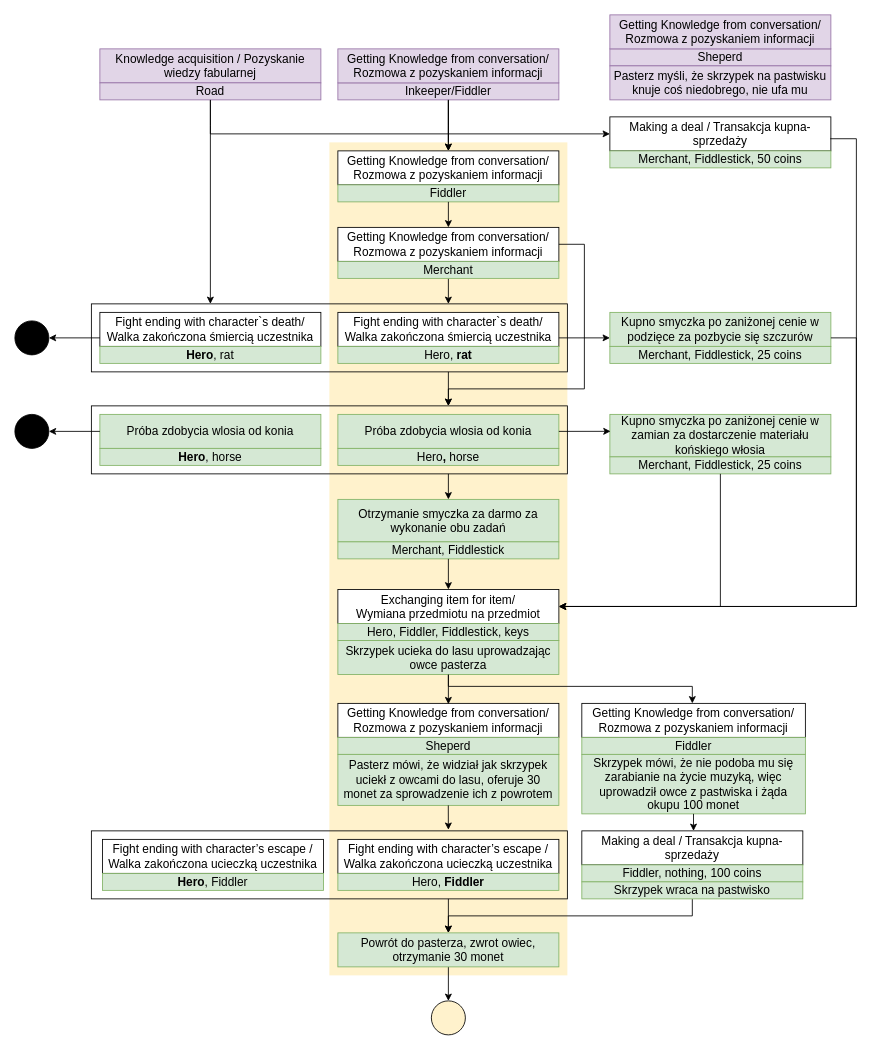
The draw.io diagram page "Page-3" (3 of 4) of Legenda diagramu projektowego misji(2).drawio in apusteln/Drawings, before the edit. Source tidied: cells renumbered, new cells numbered last; positions are measured from the earlier drawing's top-left corner, leaving out a move shared by most shapes. Both pictures are drawn from the tidied source at 85%, with x=0, y=0 at pixel (14, 14).
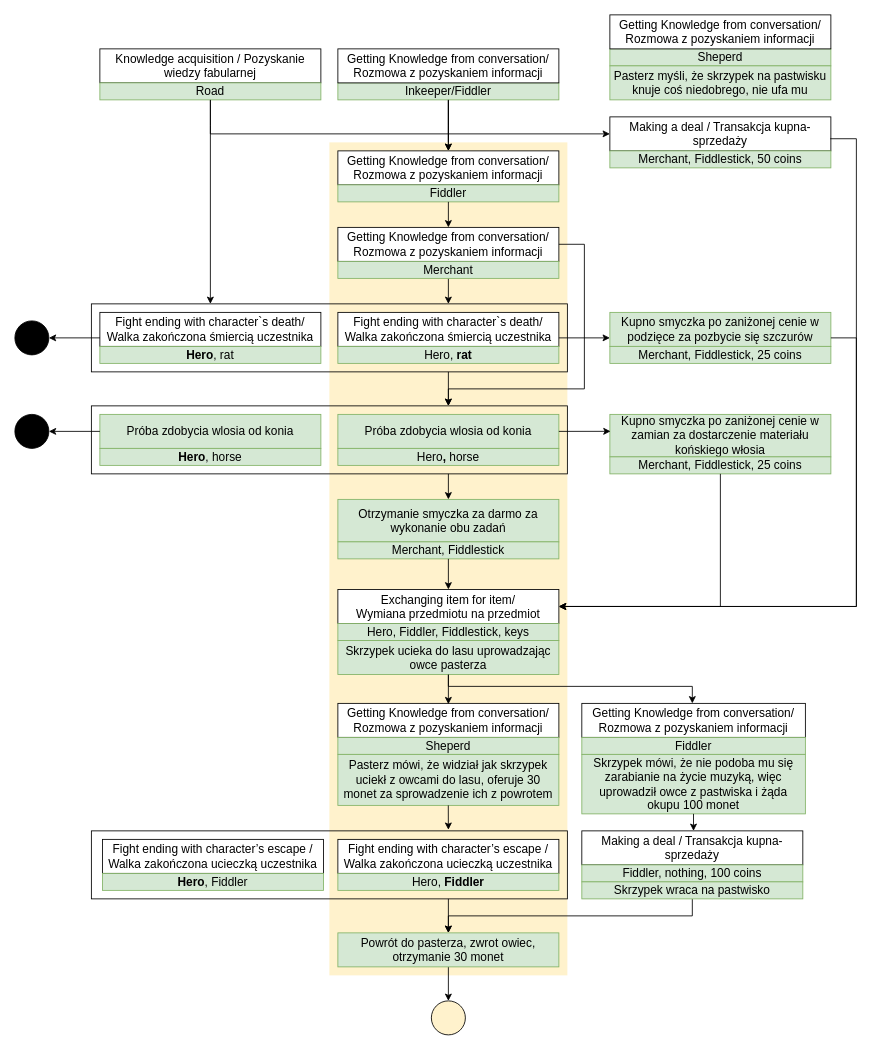
The same page after the edit.

Diff of the diagram source:
```diff
@@
-    <mxCell id="31" value="Knowledge acquisition / Pozyskanie wiedzy fabularnej" style="rounded=0;whiteSpace=wrap;html=1;sketch=0;align=center;fontSize=14;fillColor=#e1d5e7;strokeColor=#9673a6;" parent="1" vertex="1">
+    <mxCell id="31" value="Knowledge acquisition / Pozyskanie wiedzy fabularnej" style="rounded=0;whiteSpace=wrap;html=1;sketch=0;align=center;fontSize=14;" parent="1" vertex="1">
       <mxGeometry x="100" y="40" width="260" height="40" as="geometry" />
     </mxCell>
@@
-    <mxCell id="33" value="Inkeeper/Fiddler" style="rounded=0;whiteSpace=wrap;html=1;sketch=0;align=center;fontSize=14;fillColor=#e1d5e7;strokeColor=#9673a6;" parent="1" vertex="1">
+    <mxCell id="33" value="Inkeeper/Fiddler" style="rounded=0;whiteSpace=wrap;html=1;sketch=0;align=center;fontSize=14;fillColor=#d5e8d4;strokeColor=#82b366;" parent="1" vertex="1">
       <mxGeometry x="380" y="80" width="260" height="20" as="geometry" />
     </mxCell>
-    <mxCell id="34" value="&lt;div&gt;Getting Knowledge from conversation/&lt;/div&gt;&lt;div&gt;Rozmowa z pozyskaniem informacji&lt;/div&gt;" style="rounded=0;whiteSpace=wrap;html=1;sketch=0;align=center;fontSize=14;fillColor=#e1d5e7;strokeColor=#9673a6;" parent="1" vertex="1">
+    <mxCell id="34" value="&lt;div&gt;Getting Knowledge from conversation/&lt;/div&gt;&lt;div&gt;Rozmowa z pozyskaniem informacji&lt;/div&gt;" style="rounded=0;whiteSpace=wrap;html=1;sketch=0;align=center;fontSize=14;" parent="1" vertex="1">
       <mxGeometry x="380" y="40" width="260" height="40" as="geometry" />
     </mxCell>
@@
-    <mxCell id="36" value="Road" style="rounded=0;whiteSpace=wrap;html=1;sketch=0;align=center;fontSize=14;fillColor=#e1d5e7;strokeColor=#9673a6;" parent="1" vertex="1">
+    <mxCell id="36" value="Road" style="rounded=0;whiteSpace=wrap;html=1;sketch=0;align=center;fontSize=14;fillColor=#d5e8d4;strokeColor=#82b366;" parent="1" vertex="1">
       <mxGeometry x="100" y="80" width="260" height="20" as="geometry" />
     </mxCell>
@@
-    <mxCell id="75" value="Sheperd" style="rounded=0;whiteSpace=wrap;html=1;sketch=0;align=center;fontSize=14;fillColor=#e1d5e7;strokeColor=#9673a6;" parent="1" vertex="1">
+    <mxCell id="75" value="Sheperd" style="rounded=0;whiteSpace=wrap;html=1;sketch=0;align=center;fontSize=14;fillColor=#d5e8d4;strokeColor=#82b366;" parent="1" vertex="1">
       <mxGeometry x="700" y="40" width="260" height="20" as="geometry" />
     </mxCell>
-    <mxCell id="76" value="&lt;div&gt;Getting Knowledge from conversation/&lt;/div&gt;&lt;div&gt;Rozmowa z pozyskaniem informacji&lt;/div&gt;" style="rounded=0;whiteSpace=wrap;html=1;sketch=0;align=center;fontSize=14;fillColor=#e1d5e7;strokeColor=#9673a6;" parent="1" vertex="1">
+    <mxCell id="76" value="&lt;div&gt;Getting Knowledge from conversation/&lt;/div&gt;&lt;div&gt;Rozmowa z pozyskaniem informacji&lt;/div&gt;" style="rounded=0;whiteSpace=wrap;html=1;sketch=0;align=center;fontSize=14;" parent="1" vertex="1">
       <mxGeometry x="700" width="260" height="40" as="geometry" />
     </mxCell>
-    <mxCell id="77" value="Pasterz myśli, że skrzypek na pastwisku knuje coś niedobrego, nie ufa mu" style="rounded=0;whiteSpace=wrap;html=1;sketch=0;align=center;fontSize=14;fillColor=#e1d5e7;strokeColor=#9673a6;" parent="1" vertex="1">
+    <mxCell id="77" value="Pasterz myśli, że skrzypek na pastwisku knuje coś niedobrego, nie ufa mu" style="rounded=0;whiteSpace=wrap;html=1;sketch=0;align=center;fontSize=14;fillColor=#d5e8d4;strokeColor=#82b366;" parent="1" vertex="1">
       <mxGeometry x="700" y="60" width="260" height="40" as="geometry" />
     </mxCell>
```
